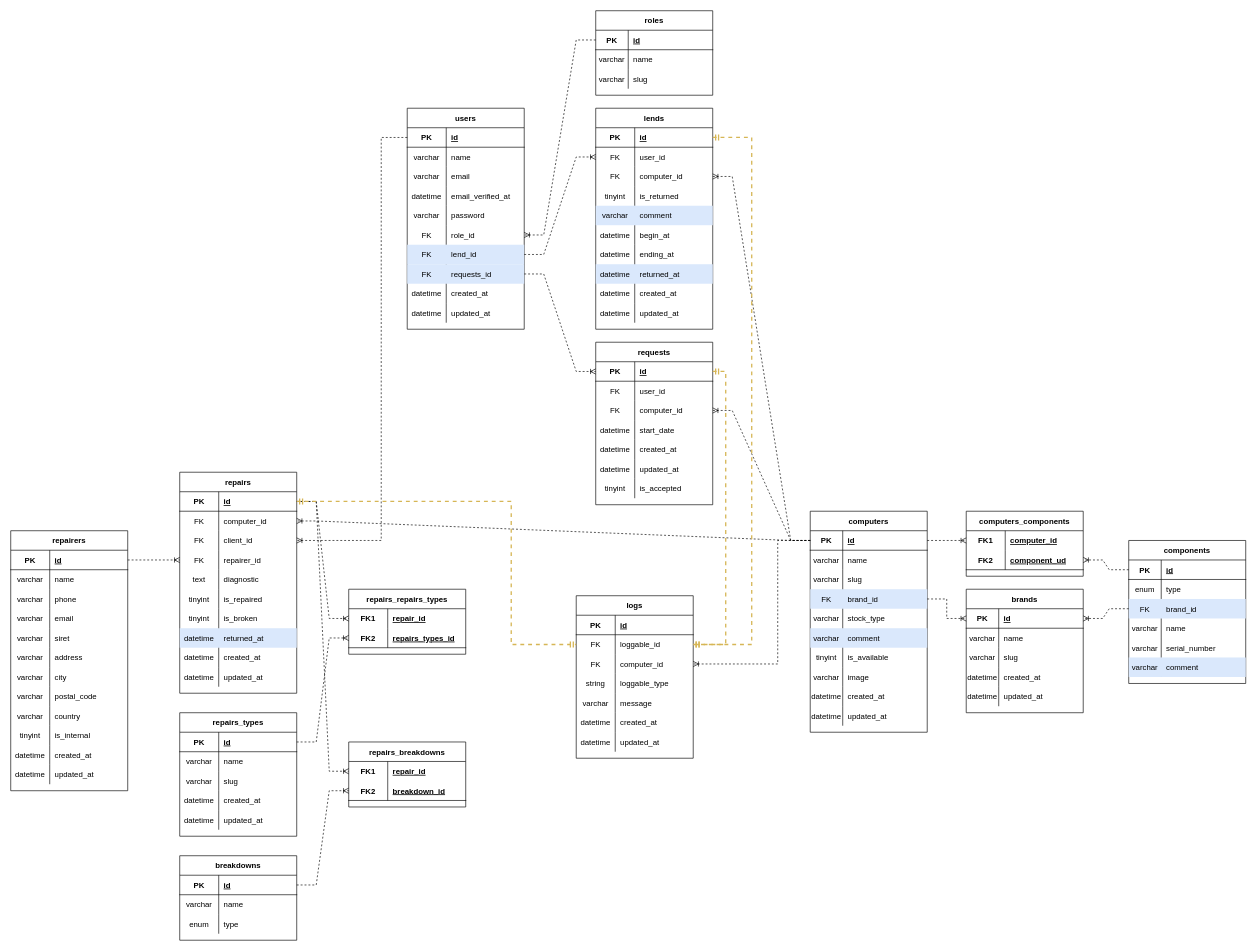
Above: MCD.drawio in AdrienMasanet/Exercice-Laravel-Masanet-ICMT (draw.io), before the change. Source tidied: cells renumbered, new cells numbered last; positions are measured from the earlier drawing's top-left corner, leaving out a move shared by most shapes. Both pictures are drawn from the tidied source at 65%, with x=0, y=0 at pixel (10, 10).
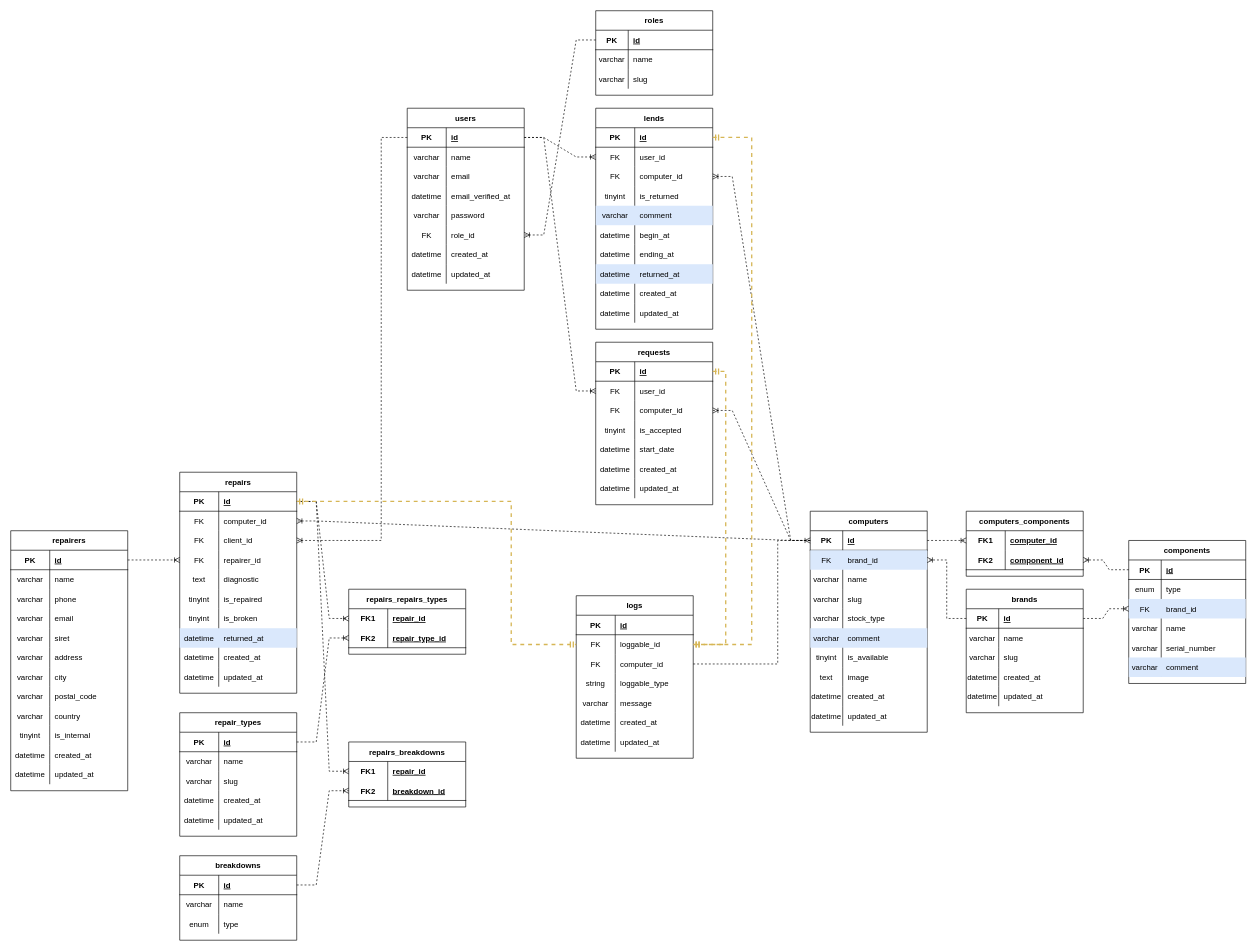
The same diagram, later.

The change refers to these unchanged cells:
```xml
<mxCell id="13" style="shape=partialRectangle;fillColor=none;top=0;left=0;bottom=1;right=0;points=[[0,0.5],[1,0.5]];portConstraint=eastwest;" parent="12" vertex="1">
  <mxGeometry y="30" width="180" height="30" as="geometry" />
</mxCell>
<mxCell id="44" value="computers" style="shape=table;startSize=30;childLayout=tableLayout;rowLines=0;fontStyle=1;align=center;" parent="1" vertex="1">
  <mxGeometry x="1230" y="770" width="180" height="340" as="geometry" />
</mxCell>
<mxCell id="45" style="shape=partialRectangle;fillColor=none;top=0;left=0;bottom=1;right=0;points=[[0,0.5],[1,0.5]];portConstraint=eastwest;" parent="44" vertex="1">
  <mxGeometry y="30" width="180" height="30" as="geometry" />
</mxCell>
<mxCell id="66" style="shape=partialRectangle;top=0;left=0;bottom=0;right=0;fillColor=none;" parent="44" vertex="1">
  <mxGeometry y="240" width="180" height="30" as="geometry" />
</mxCell>
<mxCell id="82" style="shape=partialRectangle;fillColor=#dae8fc;top=0;left=0;bottom=0;right=0;points=[[0,0.5],[1,0.5]];portConstraint=eastwest;strokeColor=#6c8ebf;" parent="75" vertex="1">
  <mxGeometry y="90" width="180" height="30" as="geometry" />
</mxCell>
<mxCell id="98" style="shape=partialRectangle;fillColor=none;top=0;left=0;bottom=1;right=0;points=[[0,0.5],[1,0.5]];portConstraint=eastwest;" parent="94" vertex="1">
  <mxGeometry y="60" width="180" height="30" as="geometry" />
</mxCell>
<mxCell id="102" style="shape=partialRectangle;fillColor=none;top=0;left=0;bottom=1;right=0;points=[[0,0.5],[1,0.5]];portConstraint=eastwest;" parent="101" vertex="1">
  <mxGeometry y="30" width="180" height="30" as="geometry" />
</mxCell>
<mxCell id="124" style="shape=partialRectangle;fillColor=none;top=0;left=0;bottom=0;right=0;points=[[0,0.5],[1,0.5]];portConstraint=eastwest;" parent="120" vertex="1">
  <mxGeometry y="60" width="180" height="30" as="geometry" />
</mxCell>
<mxCell id="151" value="requests" style="shape=table;startSize=30;childLayout=tableLayout;rowLines=0;fontStyle=1;align=center;" parent="1" vertex="1">
  <mxGeometry x="900" y="510" width="180" height="250" as="geometry" />
</mxCell>
<mxCell id="152" style="shape=partialRectangle;fillColor=none;top=0;left=0;bottom=1;right=0;points=[[0,0.5],[1,0.5]];portConstraint=eastwest;" parent="151" vertex="1">
  <mxGeometry y="30" width="180" height="30" as="geometry" />
</mxCell>
<mxCell id="155" style="shape=partialRectangle;fillColor=none;top=0;left=0;bottom=0;right=0;points=[[0,0.5],[1,0.5]];portConstraint=eastwest;" parent="151" vertex="1">
  <mxGeometry y="60" width="180" height="30" as="geometry" />
</mxCell>
<mxCell id="229" style="shape=partialRectangle;fillColor=none;top=0;left=0;bottom=1;right=0;points=[[0,0.5],[1,0.5]];portConstraint=eastwest;" parent="225" vertex="1">
  <mxGeometry y="60" width="180" height="30" as="geometry" />
</mxCell>
<mxCell id="300" style="shape=partialRectangle;fillColor=none;top=0;left=0;bottom=0;right=0;points=[[0,0.5],[1,0.5]];portConstraint=eastwest;" parent="293" vertex="1">
  <mxGeometry y="90" width="180" height="30" as="geometry" />
</mxCell>
```

Change to the diagram source:
```diff
@@
     <mxCell id="12" value="users" style="shape=table;startSize=30;childLayout=tableLayout;rowLines=0;fontStyle=1;align=center;" parent="1" vertex="1">
-      <mxGeometry x="610" y="150" width="180" height="340" as="geometry" />
+      <mxGeometry x="610" y="150" width="180" height="280" as="geometry" />
     </mxCell>
@@
-    <mxCell id="31" style="shape=partialRectangle;fillColor=#dae8fc;top=0;left=0;bottom=0;right=0;points=[[0,0.5],[1,0.5]];portConstraint=eastwest;strokeColor=#6c8ebf;" parent="12" vertex="1">
-      <mxGeometry y="210" width="180" height="30" as="geometry" />
-    </mxCell>
-    <mxCell id="32" value="FK" style="shape=partialRectangle;fillColor=none;top=0;left=0;bottom=0;right=0;overflow=hidden;" parent="31" vertex="1">
-      <mxGeometry width="60" height="30" as="geometry" />
-    </mxCell>
-    <mxCell id="33" value="lend_id" style="shape=partialRectangle;fillColor=none;top=0;left=0;bottom=0;right=0;align=left;spacingLeft=6;overflow=hidden;" parent="31" vertex="1">
-      <mxGeometry x="60" width="120" height="30" as="geometry" />
-    </mxCell>
-    <mxCell id="34" style="shape=partialRectangle;fillColor=#dae8fc;top=0;left=0;bottom=0;right=0;points=[[0,0.5],[1,0.5]];portConstraint=eastwest;strokeColor=#6c8ebf;" parent="12" vertex="1">
-      <mxGeometry y="240" width="180" height="30" as="geometry" />
-    </mxCell>
-    <mxCell id="35" value="FK" style="shape=partialRectangle;fillColor=none;top=0;left=0;bottom=0;right=0;overflow=hidden;" parent="34" vertex="1">
-      <mxGeometry width="60" height="30" as="geometry" />
-    </mxCell>
-    <mxCell id="36" value="requests_id" style="shape=partialRectangle;fillColor=none;top=0;left=0;bottom=0;right=0;align=left;spacingLeft=6;overflow=hidden;" parent="34" vertex="1">
-      <mxGeometry x="60" width="120" height="30" as="geometry" />
-    </mxCell>
     <mxCell id="37" style="shape=partialRectangle;fillColor=none;top=0;left=0;bottom=0;right=0;" parent="12" vertex="1">
-      <mxGeometry y="270" width="180" height="30" as="geometry" />
+      <mxGeometry y="210" width="180" height="30" as="geometry" />
     </mxCell>
@@
     <mxCell id="40" style="shape=partialRectangle;fillColor=none;top=0;left=0;bottom=0;right=0;" parent="12" vertex="1">
-      <mxGeometry y="300" width="180" height="30" as="geometry" />
+      <mxGeometry y="240" width="180" height="30" as="geometry" />
     </mxCell>
@@
+    <mxCell id="54" style="shape=partialRectangle;fillColor=#dae8fc;top=0;left=0;bottom=0;right=0;points=[[0,0.5],[1,0.5]];portConstraint=eastwest;strokeColor=#6c8ebf;" parent="44" vertex="1">
+      <mxGeometry y="60" width="180" height="30" as="geometry" />
+    </mxCell>
+    <mxCell id="55" value="FK" style="shape=partialRectangle;fillColor=none;top=0;left=0;bottom=0;right=0;overflow=hidden;" parent="54" vertex="1">
+      <mxGeometry width="50" height="30" as="geometry" />
+    </mxCell>
+    <mxCell id="56" value="brand_id" style="shape=partialRectangle;fillColor=none;top=0;left=0;bottom=0;right=0;align=left;spacingLeft=6;overflow=hidden;" parent="54" vertex="1">
+      <mxGeometry x="50" width="130" height="30" as="geometry" />
+    </mxCell>
     <mxCell id="48" style="shape=partialRectangle;fillColor=none;top=0;left=0;bottom=0;right=0;" parent="44" vertex="1">
-      <mxGeometry y="60" width="180" height="30" as="geometry" />
+      <mxGeometry y="90" width="180" height="30" as="geometry" />
     </mxCell>
@@
     <mxCell id="51" style="shape=partialRectangle;fillColor=none;top=0;left=0;bottom=0;right=0;" parent="44" vertex="1">
-      <mxGeometry y="90" width="180" height="30" as="geometry" />
+      <mxGeometry y="120" width="180" height="30" as="geometry" />
     </mxCell>
@@
-    <mxCell id="54" style="shape=partialRectangle;fillColor=#dae8fc;top=0;left=0;bottom=0;right=0;points=[[0,0.5],[1,0.5]];portConstraint=eastwest;strokeColor=#6c8ebf;" parent="44" vertex="1">
-      <mxGeometry y="120" width="180" height="30" as="geometry" />
-    </mxCell>
-    <mxCell id="55" value="FK" style="shape=partialRectangle;fillColor=none;top=0;left=0;bottom=0;right=0;overflow=hidden;" parent="54" vertex="1">
-      <mxGeometry width="50" height="30" as="geometry" />
-    </mxCell>
-    <mxCell id="56" value="brand_id" style="shape=partialRectangle;fillColor=none;top=0;left=0;bottom=0;right=0;align=left;spacingLeft=6;overflow=hidden;" parent="54" vertex="1">
-      <mxGeometry x="50" width="130" height="30" as="geometry" />
-    </mxCell>
@@
-    <mxCell id="67" value="varchar" style="shape=partialRectangle;fillColor=none;top=0;left=0;bottom=0;right=0;overflow=hidden;" parent="66" vertex="1">
+    <mxCell id="67" value="text" style="shape=partialRectangle;fillColor=none;top=0;left=0;bottom=0;right=0;overflow=hidden;" parent="66" vertex="1">
       <mxGeometry width="50" height="30" as="geometry" />
     </mxCell>
@@
-    <mxCell id="100" value="component_ud" style="shape=partialRectangle;fillColor=none;top=0;left=0;bottom=0;right=0;align=left;spacingLeft=6;fontStyle=5;overflow=hidden;" parent="98" vertex="1">
+    <mxCell id="100" value="component_id" style="shape=partialRectangle;fillColor=none;top=0;left=0;bottom=0;right=0;align=left;spacingLeft=6;fontStyle=5;overflow=hidden;" parent="98" vertex="1">
       <mxGeometry x="60" width="120" height="30" as="geometry" />
     </mxCell>
@@
-    <mxCell id="117" style="edgeStyle=entityRelationEdgeStyle;fontSize=12;html=1;endArrow=ERoneToMany;rounded=0;exitX=0;exitY=0.5;exitDx=0;exitDy=0;dashed=1;" parent="1" edge="1" source="82" target="102">
-      <mxGeometry relative="1" as="geometry" />
-    </mxCell>
@@
+    <mxCell id="170" style="shape=partialRectangle;fillColor=none;top=0;left=0;bottom=0;right=0;" parent="151" vertex="1">
+      <mxGeometry y="120" width="180" height="30" as="geometry" />
+    </mxCell>
+    <mxCell id="171" value="tinyint" style="shape=partialRectangle;fillColor=none;top=0;left=0;bottom=0;right=0;overflow=hidden;" parent="170" vertex="1">
+      <mxGeometry width="60" height="30" as="geometry" />
+    </mxCell>
+    <mxCell id="172" value="is_accepted" style="shape=partialRectangle;fillColor=none;top=0;left=0;bottom=0;right=0;align=left;spacingLeft=6;overflow=hidden;" parent="170" vertex="1">
+      <mxGeometry x="60" width="120" height="30" as="geometry" />
+    </mxCell>
     <mxCell id="161" style="shape=partialRectangle;fillColor=none;top=0;left=0;bottom=0;right=0;" parent="151" vertex="1">
-      <mxGeometry y="120" width="180" height="30" as="geometry" />
+      <mxGeometry y="150" width="180" height="30" as="geometry" />
     </mxCell>
@@
     <mxCell id="164" style="shape=partialRectangle;fillColor=none;top=0;left=0;bottom=0;right=0;" parent="151" vertex="1">
-      <mxGeometry y="150" width="180" height="30" as="geometry" />
+      <mxGeometry y="180" width="180" height="30" as="geometry" />
     </mxCell>
@@
     <mxCell id="167" style="shape=partialRectangle;fillColor=none;top=0;left=0;bottom=0;right=0;" parent="151" vertex="1">
-      <mxGeometry y="180" width="180" height="30" as="geometry" />
+      <mxGeometry y="210" width="180" height="30" as="geometry" />
     </mxCell>
@@
-    <mxCell id="170" style="shape=partialRectangle;fillColor=none;top=0;left=0;bottom=0;right=0;" parent="151" vertex="1">
-      <mxGeometry y="210" width="180" height="30" as="geometry" />
-    </mxCell>
-    <mxCell id="171" value="tinyint" style="shape=partialRectangle;fillColor=none;top=0;left=0;bottom=0;right=0;overflow=hidden;" parent="170" vertex="1">
-      <mxGeometry width="60" height="30" as="geometry" />
-    </mxCell>
-    <mxCell id="172" value="is_accepted" style="shape=partialRectangle;fillColor=none;top=0;left=0;bottom=0;right=0;align=left;spacingLeft=6;overflow=hidden;" parent="170" vertex="1">
-      <mxGeometry x="60" width="120" height="30" as="geometry" />
-    </mxCell>
-    <mxCell id="173" style="edgeStyle=entityRelationEdgeStyle;fontSize=12;html=1;endArrow=ERoneToMany;rounded=0;entryX=0;entryY=0.5;entryDx=0;entryDy=0;exitX=1;exitY=0.5;exitDx=0;exitDy=0;dashed=1;" parent="1" edge="1" source="31" target="124">
-      <mxGeometry relative="1" as="geometry" />
-    </mxCell>
-    <mxCell id="174" style="edgeStyle=entityRelationEdgeStyle;fontSize=12;html=1;endArrow=ERoneToMany;rounded=0;entryX=0;entryY=0.5;entryDx=0;entryDy=0;exitX=1;exitY=0.5;exitDx=0;exitDy=0;dashed=1;" parent="1" edge="1" source="34" target="152">
-      <mxGeometry relative="1" as="geometry" />
-    </mxCell>
@@
-    <mxCell id="177" style="edgeStyle=entityRelationEdgeStyle;fontSize=12;html=1;endArrow=ERoneToMany;rounded=0;entryX=0;entryY=0.5;entryDx=0;entryDy=0;dashed=1;" parent="1" edge="1" source="54" target="102">
-      <mxGeometry relative="1" as="geometry" />
-    </mxCell>
@@
-    <mxCell id="209" value="repairs_types" style="shape=table;startSize=30;childLayout=tableLayout;rowLines=0;fontStyle=1;align=center;" parent="1" vertex="1">
+    <mxCell id="209" value="repair_types" style="shape=table;startSize=30;childLayout=tableLayout;rowLines=0;fontStyle=1;align=center;" parent="1" vertex="1">
       <mxGeometry x="260" y="1080" width="180" height="190" as="geometry" />
     </mxCell>
@@
-    <mxCell id="231" value="repairs_types_id" style="shape=partialRectangle;fillColor=none;top=0;left=0;bottom=0;right=0;align=left;spacingLeft=6;fontStyle=5;overflow=hidden;" parent="229" vertex="1">
+    <mxCell id="231" value="repair_type_id" style="shape=partialRectangle;fillColor=none;top=0;left=0;bottom=0;right=0;align=left;spacingLeft=6;fontStyle=5;overflow=hidden;" parent="229" vertex="1">
       <mxGeometry x="60" width="120" height="30" as="geometry" />
     </mxCell>
@@
-    <mxCell id="315" style="edgeStyle=orthogonalEdgeStyle;fontSize=12;html=1;endArrow=ERoneToMany;rounded=0;dashed=1;entryX=1;entryY=0.5;entryDx=0;entryDy=0;exitX=0;exitY=0.5;exitDx=0;exitDy=0;" parent="1" edge="1" source="45" target="300">
-      <mxGeometry relative="1" as="geometry">
-        <Array as="points">
-          <mxPoint x="1180" y="815" />
-          <mxPoint x="1180" y="1005" />
-        </Array>
-      </mxGeometry>
-    </mxCell>
@@
+    <mxCell id="319" style="edgeStyle=entityRelationEdgeStyle;fontSize=12;html=1;endArrow=ERoneToMany;rounded=0;entryX=0;entryY=0.5;entryDx=0;entryDy=0;exitX=1;exitY=0.5;exitDx=0;exitDy=0;dashed=1;" parent="1" edge="1" source="13" target="124">
+      <mxGeometry relative="1" as="geometry" />
+    </mxCell>
+    <mxCell id="117" style="edgeStyle=entityRelationEdgeStyle;fontSize=12;html=1;endArrow=ERoneToMany;rounded=0;dashed=1;entryX=0;entryY=0.5;entryDx=0;entryDy=0;" parent="1" edge="1" source="102" target="82">
+      <mxGeometry relative="1" as="geometry" />
+    </mxCell>
+    <mxCell id="320" style="edgeStyle=entityRelationEdgeStyle;fontSize=12;html=1;endArrow=ERoneToMany;rounded=0;dashed=1;entryX=0;entryY=0.5;entryDx=0;entryDy=0;exitX=1;exitY=0.5;exitDx=0;exitDy=0;" parent="1" edge="1" source="13" target="155">
+      <mxGeometry relative="1" as="geometry" />
+    </mxCell>
+    <mxCell id="177" style="edgeStyle=entityRelationEdgeStyle;fontSize=12;html=1;endArrow=ERoneToMany;rounded=0;dashed=1;exitX=0;exitY=0.5;exitDx=0;exitDy=0;" parent="1" edge="1" source="102" target="54">
+      <mxGeometry relative="1" as="geometry" />
+    </mxCell>
+    <mxCell id="315" style="edgeStyle=orthogonalEdgeStyle;fontSize=12;html=1;endArrow=ERoneToMany;rounded=0;dashed=1;entryX=0;entryY=0.5;entryDx=0;entryDy=0;exitX=1;exitY=0.5;exitDx=0;exitDy=0;" parent="1" edge="1" source="300" target="45">
+      <mxGeometry relative="1" as="geometry">
+        <Array as="points">
+          <mxPoint x="1180" y="1005" />
+          <mxPoint x="1180" y="815" />
+        </Array>
+      </mxGeometry>
+    </mxCell>
```
